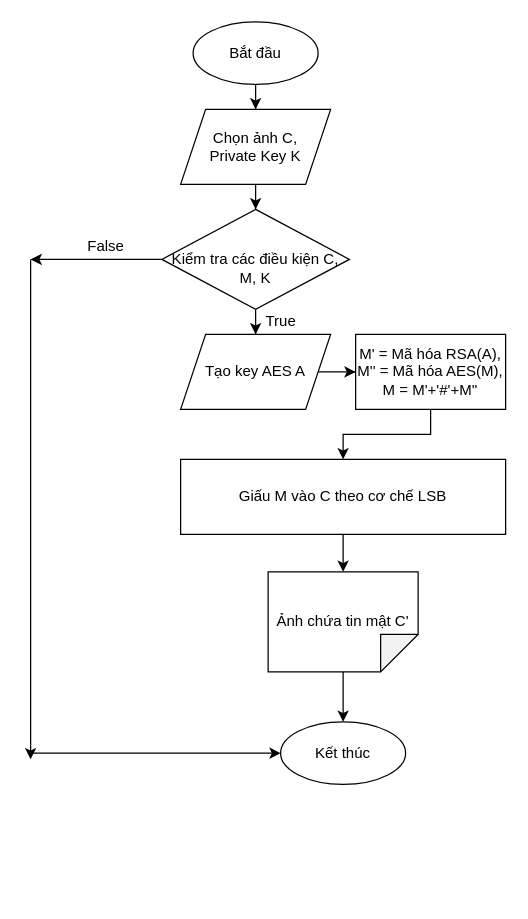
Earlier version of the draw.io diagram Untitled Diagram2.drawio (DEVRHEL/Steganography). Source tidied: cells renumbered, new cells numbered last; positions are measured from the earlier drawing's top-left corner, leaving out a move shared by most shapes. Both pictures are drawn from the tidied source at 125%, with x=0, y=0 at pixel (30, 21).
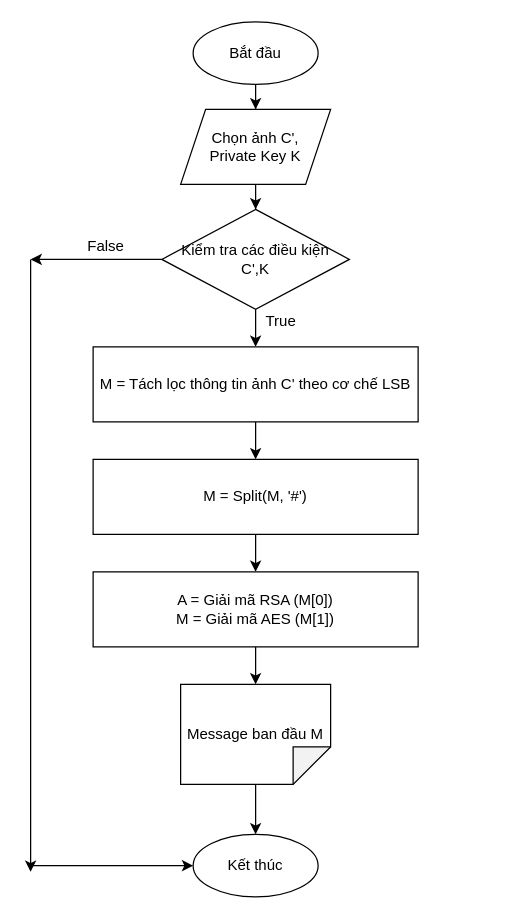
After the change.

What changed in the source:
```diff
@@
-    <mxCell id="5" value="Chọn ảnh C,&lt;br&gt;Private Key K" style="shape=parallelogram;perimeter=parallelogramPerimeter;whiteSpace=wrap;html=1;fixedSize=1;" parent="1" vertex="1">
+    <mxCell id="5" value="Chọn ảnh C',&lt;br&gt;Private Key K" style="shape=parallelogram;perimeter=parallelogramPerimeter;whiteSpace=wrap;html=1;fixedSize=1;" parent="1" vertex="1">
       <mxGeometry x="120" y="70" width="120" height="60" as="geometry" />
     </mxCell>
@@
-    <mxCell id="7" style="edgeStyle=orthogonalEdgeStyle;rounded=0;jettySize=auto;html=1;entryX=0.5;entryY=0;entryDx=0;entryDy=0;" parent="1" edge="1" source="8" target="14">
-      <mxGeometry relative="1" as="geometry" />
-    </mxCell>
-    <mxCell id="8" value="&lt;br&gt;Kiểm tra các điều kiện C, M, K" style="rhombus;whiteSpace=wrap;html=1;" parent="1" vertex="1">
+    <mxCell id="8" value="Kiểm tra các điều kiện &lt;br&gt;C',K" style="rhombus;whiteSpace=wrap;html=1;" parent="1" vertex="1">
       <mxGeometry x="105" y="150" width="150" height="80" as="geometry" />
     </mxCell>
     <mxCell id="9" value="Kết thúc&lt;br&gt;" style="ellipse;whiteSpace=wrap;html=1;" parent="1" vertex="1">
-      <mxGeometry x="200" y="560" width="100" height="50" as="geometry" />
+      <mxGeometry x="130" y="650" width="100" height="50" as="geometry" />
     </mxCell>
     <mxCell id="10" style="endArrow=classic;html=1;" parent="1" edge="1">
       <mxGeometry relative="1" as="geometry">
         <mxPoint y="190" as="sourcePoint" />
-        <mxPoint y="590" as="targetPoint" />
+        <mxPoint y="680" as="targetPoint" />
       </mxGeometry>
     </mxCell>
     <mxCell id="11" style="endArrow=classic;html=1;entryX=0;entryY=0.5;entryDx=0;entryDy=0;" parent="1" edge="1" target="9">
       <mxGeometry relative="1" as="geometry">
-        <mxPoint y="585" as="sourcePoint" />
+        <mxPoint y="675" as="sourcePoint" />
       </mxGeometry>
     </mxCell>
@@
-    <mxCell id="13" style="edgeStyle=orthogonalEdgeStyle;rounded=0;jettySize=auto;html=1;" parent="1" edge="1" source="14" target="17">
-      <mxGeometry relative="1" as="geometry" />
-    </mxCell>
-    <mxCell id="14" value="Tạo key AES A" style="shape=parallelogram;perimeter=parallelogramPerimeter;whiteSpace=wrap;html=1;fixedSize=1;" parent="1" vertex="1">
-      <mxGeometry x="120" y="250" width="120" height="60" as="geometry" />
-    </mxCell>
@@
-    <mxCell id="16" style="edgeStyle=orthogonalEdgeStyle;rounded=0;jettySize=auto;html=1;entryX=0.5;entryY=0;entryDx=0;entryDy=0;" parent="1" edge="1" source="17" target="19">
-      <mxGeometry relative="1" as="geometry" />
-    </mxCell>
-    <mxCell id="17" value="M' = Mã hóa RSA(A),&lt;br&gt;M'' = Mã hóa AES(M),&lt;br&gt;M = M'+'#'+M''" style="rounded=0;whiteSpace=wrap;html=1;" parent="1" vertex="1">
-      <mxGeometry x="260" y="250" width="120" height="60" as="geometry" />
-    </mxCell>
-    <mxCell id="18" style="edgeStyle=orthogonalEdgeStyle;rounded=0;jettySize=auto;html=1;" parent="1" edge="1" source="19">
-      <mxGeometry relative="1" as="geometry">
-        <mxPoint x="250" y="440" as="targetPoint" />
-      </mxGeometry>
-    </mxCell>
+    <mxCell id="22" style="edgeStyle=orthogonalEdgeStyle;rounded=0;jettySize=auto;html=1;" parent="1" edge="1" source="19" target="25">
+      <mxGeometry relative="1" as="geometry" />
+    </mxCell>
-    <mxCell id="19" value="Giấu M vào C theo cơ chế LSB" style="rounded=0;whiteSpace=wrap;html=1;" parent="1" vertex="1">
-      <mxGeometry x="120" y="350" width="260" height="60" as="geometry" />
+    <mxCell id="19" value="M = Tách lọc thông tin ảnh C' theo cơ chế LSB" style="rounded=0;whiteSpace=wrap;html=1;" parent="1" vertex="1">
+      <mxGeometry x="50" y="260" width="260" height="60" as="geometry" />
     </mxCell>
@@
-    <mxCell id="21" value="Ảnh chứa tin mật C'" style="shape=note;whiteSpace=wrap;html=1;backgroundOutline=1;darkOpacity=0.05;direction=south;" parent="1" vertex="1">
-      <mxGeometry x="190" y="440" width="120" height="80" as="geometry" />
+    <mxCell id="21" value="Message ban đầu M" style="shape=note;whiteSpace=wrap;html=1;backgroundOutline=1;darkOpacity=0.05;direction=south;" parent="1" vertex="1">
+      <mxGeometry x="120" y="530" width="120" height="80" as="geometry" />
     </mxCell>
+    <mxCell id="23" style="endArrow=classic;html=1;entryX=0.5;entryY=0;entryDx=0;entryDy=0;" parent="1" edge="1" target="19">
+      <mxGeometry relative="1" as="geometry">
+        <mxPoint x="180" y="230" as="sourcePoint" />
+      </mxGeometry>
+    </mxCell>
+    <mxCell id="24" style="edgeStyle=orthogonalEdgeStyle;rounded=0;jettySize=auto;html=1;" parent="1" edge="1" source="25" target="27">
+      <mxGeometry relative="1" as="geometry" />
+    </mxCell>
+    <mxCell id="25" value="M = Split(M, '#')" style="rounded=0;whiteSpace=wrap;html=1;" parent="1" vertex="1">
+      <mxGeometry x="50" y="350" width="260" height="60" as="geometry" />
+    </mxCell>
+    <mxCell id="26" style="edgeStyle=orthogonalEdgeStyle;rounded=0;jettySize=auto;html=1;" parent="1" edge="1" source="27" target="21">
+      <mxGeometry relative="1" as="geometry" />
+    </mxCell>
+    <mxCell id="27" value="A = Giải mã RSA (M[0])&lt;br&gt;M = Giải mã AES (M[1])" style="rounded=0;whiteSpace=wrap;html=1;" parent="1" vertex="1">
+      <mxGeometry x="50" y="440" width="260" height="60" as="geometry" />
+    </mxCell>
```
